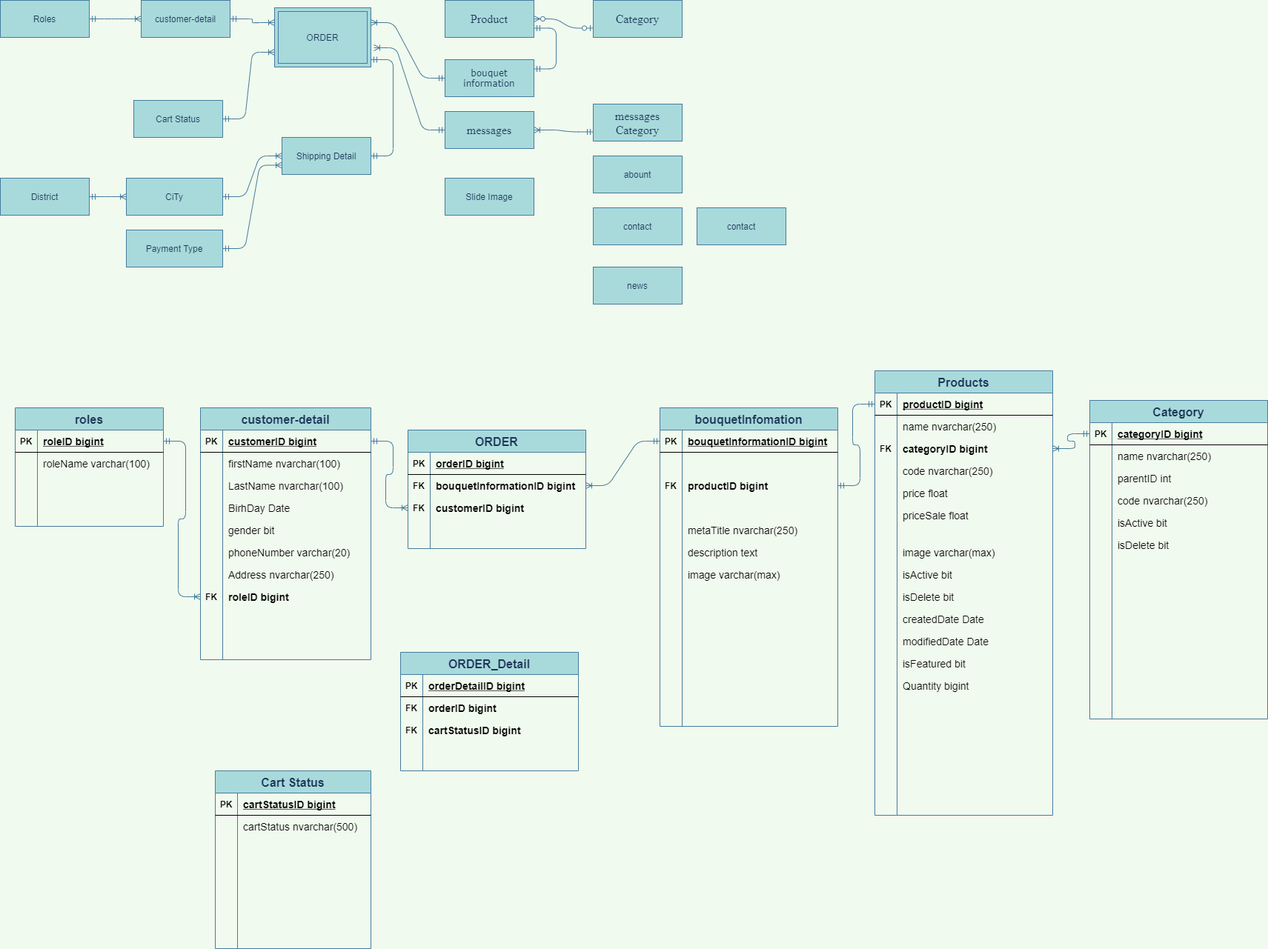
The draw.io diagram Untitled Diagram.png in maialino123/Eproject-SEM3, before a commit. Source tidied: cells renumbered, new cells last; positions are measured from the earlier drawing's top-left corner, leaving out a move shared by most shapes.
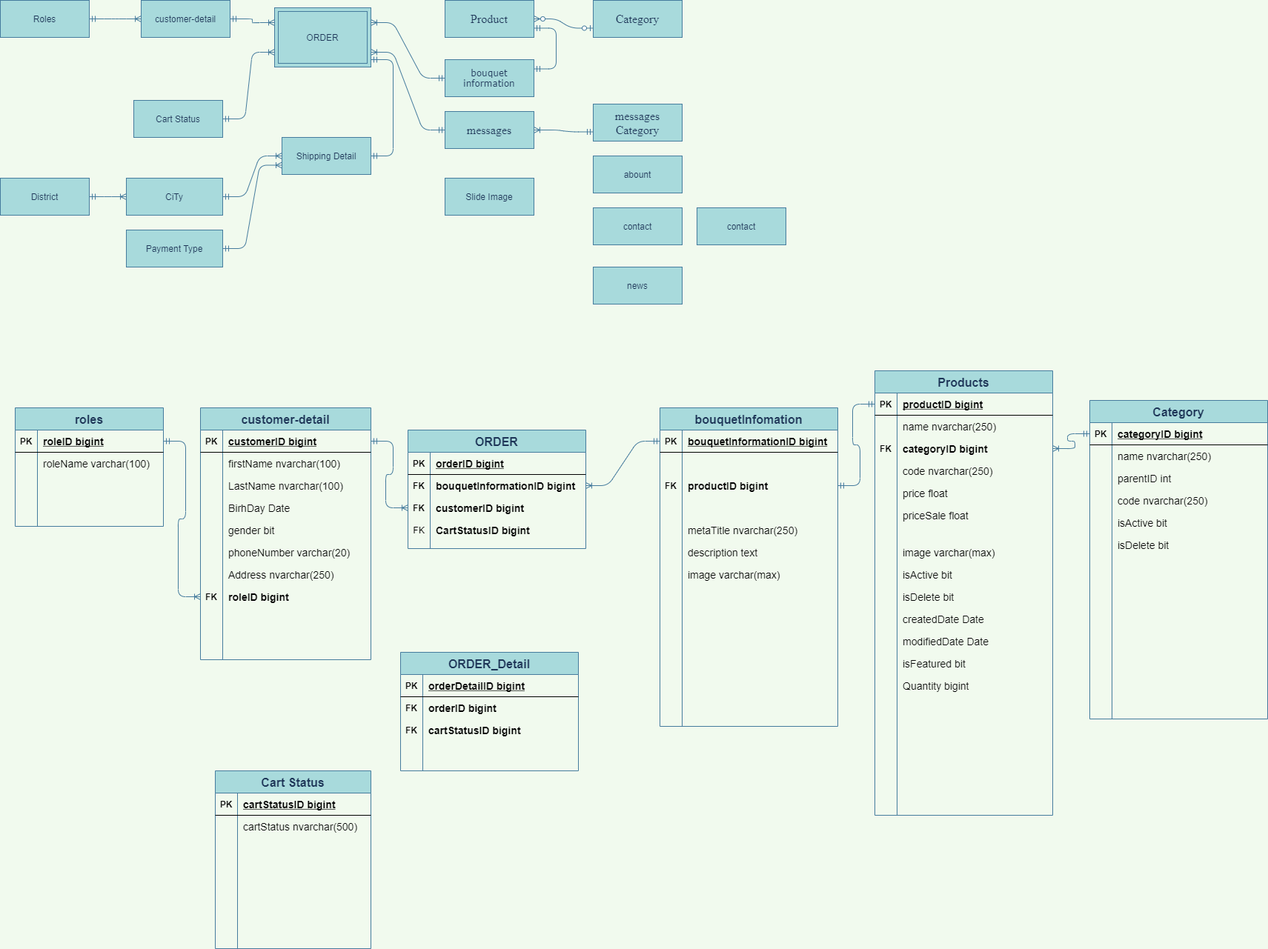
The same diagram one commit later.

The edit, as a diff of the source:
```diff
@@ -65,7 +65,7 @@
     <mxCell id="22" value="ORDER" style="shape=ext;margin=3;double=1;whiteSpace=wrap;html=1;align=center;fillColor=#A8DADC;strokeColor=#457B9D;fontColor=#1D3557;" parent="1" vertex="1">
       <mxGeometry x="370" y="10" width="130" height="80" as="geometry" />
     </mxCell>
-    <mxCell id="23" style="edgeStyle=entityRelationEdgeStyle;fontSize=12;html=1;endArrow=ERoneToMany;startArrow=ERmandOne;fontColor=#1D3557;strokeColor=#457B9D;fillColor=#A8DADC;entryX=1.031;entryY=0.675;entryDx=0;entryDy=0;exitX=0;exitY=0.5;exitDx=0;exitDy=0;labelBackgroundColor=#F1FAEE;entryPerimeter=0;" parent="1" edge="1" source="4" target="22">
+    <mxCell id="23" style="edgeStyle=entityRelationEdgeStyle;fontSize=12;html=1;endArrow=ERoneToMany;startArrow=ERmandOne;fontColor=#1D3557;strokeColor=#457B9D;fillColor=#A8DADC;entryX=1;entryY=0.75;entryDx=0;entryDy=0;exitX=0;exitY=0.5;exitDx=0;exitDy=0;labelBackgroundColor=#F1FAEE;" parent="1" edge="1" source="4" target="22">
       <mxGeometry relative="1" as="geometry" />
     </mxCell>
     <mxCell id="24" style="edgeStyle=entityRelationEdgeStyle;fontSize=12;html=1;endArrow=ERoneToMany;startArrow=ERmandOne;fontColor=#1D3557;strokeColor=#457B9D;fillColor=#A8DADC;entryX=0;entryY=0.5;entryDx=0;entryDy=0;exitX=1;exitY=0.5;exitDx=0;exitDy=0;labelBackgroundColor=#F1FAEE;" parent="1" edge="1" source="12" target="21">
@@ -310,10 +310,10 @@
     <mxCell id="103" style="shape=partialRectangle;fillColor=none;top=0;left=0;bottom=0;right=0;" parent="93" vertex="1">
       <mxGeometry y="120" width="240" height="30" as="geometry" />
     </mxCell>
-    <mxCell id="104" style="shape=partialRectangle;fillColor=none;top=0;left=0;bottom=0;right=0;overflow=hidden;" parent="103" vertex="1">
+    <mxCell id="104" value="FK" style="shape=partialRectangle;fillColor=none;top=0;left=0;bottom=0;right=0;overflow=hidden;" parent="103" vertex="1">
       <mxGeometry width="30" height="30" as="geometry" />
     </mxCell>
-    <mxCell id="105" style="shape=partialRectangle;fillColor=none;top=0;left=0;bottom=0;right=0;align=left;spacingLeft=6;overflow=hidden;" parent="103" vertex="1">
+    <mxCell id="105" value="CartStatusID bigint" style="shape=partialRectangle;fillColor=none;top=0;left=0;bottom=0;right=0;align=left;spacingLeft=6;overflow=hidden;fontStyle=1;fontSize=14;" parent="103" vertex="1">
       <mxGeometry x="30" width="210" height="30" as="geometry" />
     </mxCell>
     <mxCell id="106" style="edgeStyle=entityRelationEdgeStyle;fontSize=12;html=1;endArrow=ERoneToMany;startArrow=ERmandOne;fontColor=#1D3557;strokeColor=#457B9D;fillColor=#A8DADC;labelBackgroundColor=#F1FAEE;exitX=1;exitY=0.5;exitDx=0;exitDy=0;entryX=0;entryY=0.5;entryDx=0;entryDy=0;" parent="1" edge="1" source="46" target="100">
```
